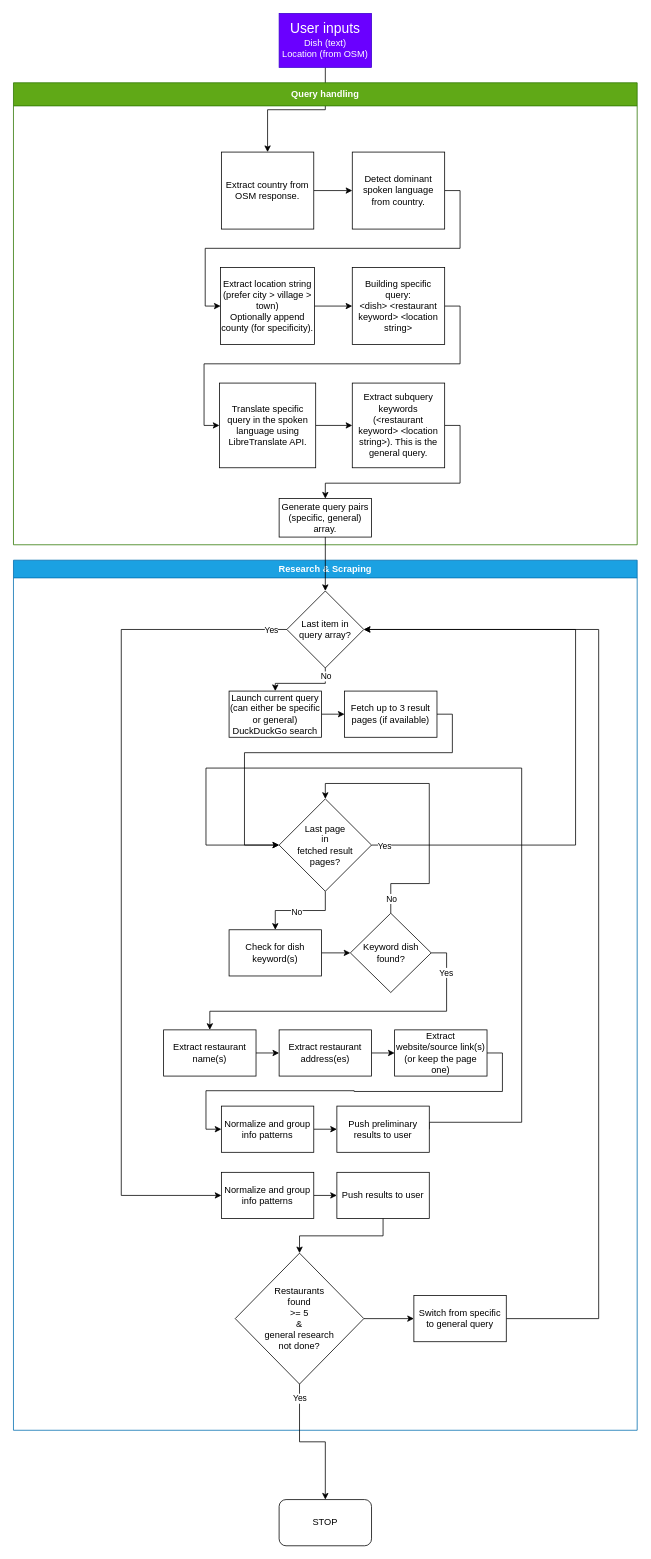
Earlier version of the draw.io diagram docs/pinced_scraperLogic.drawio (realchkris/pinced). Source tidied: cells renumbered, new cells numbered last; positions are measured from the earlier drawing's top-left corner, leaving out a move shared by most shapes. Both pictures are drawn from the tidied source at 77%, with x=0, y=0 at pixel (13, 13).
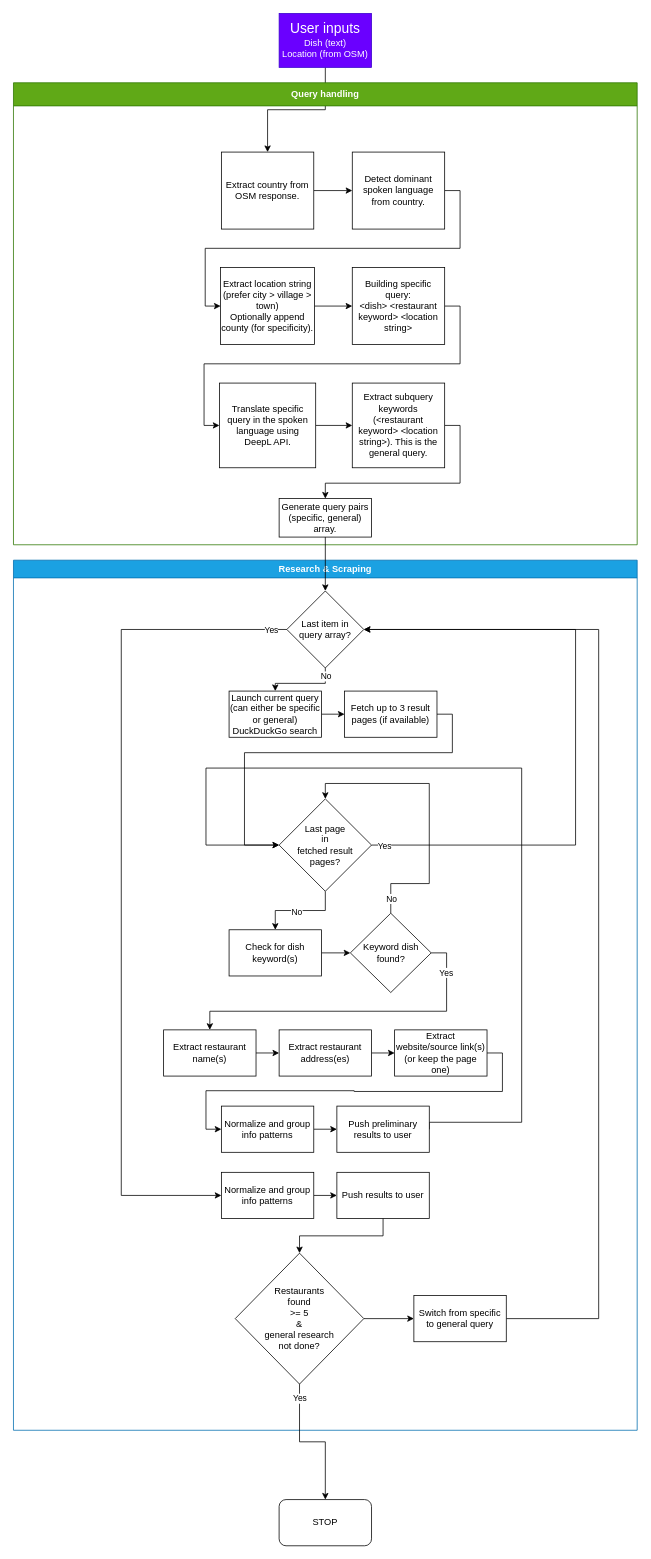
After the change.

Unchanged cells that the change refers to:
```xml
<mxCell id="4" value="&lt;div&gt;Query handling&lt;/div&gt;" style="swimlane;whiteSpace=wrap;html=1;startSize=30;rotation=0;fillColor=#60a917;fontColor=#ffffff;strokeColor=#2D7600;" parent="1" vertex="1">
  <mxGeometry y="90" width="810" height="600" as="geometry" />
</mxCell>
```

What changed in the source:
```diff
@@
-    <mxCell id="14" value="&lt;div&gt;Translate specific query in the spoken language using LibreTranslate API.&lt;/div&gt;" style="rounded=0;whiteSpace=wrap;html=1;" parent="4" vertex="1">
+    <mxCell id="14" value="&lt;div&gt;Translate specific query in the spoken language using&lt;/div&gt;&lt;div&gt;DeepL API.&lt;/div&gt;" style="rounded=0;whiteSpace=wrap;html=1;" parent="4" vertex="1">
       <mxGeometry x="267.5" y="390" width="125" height="110" as="geometry" />
     </mxCell>
```
